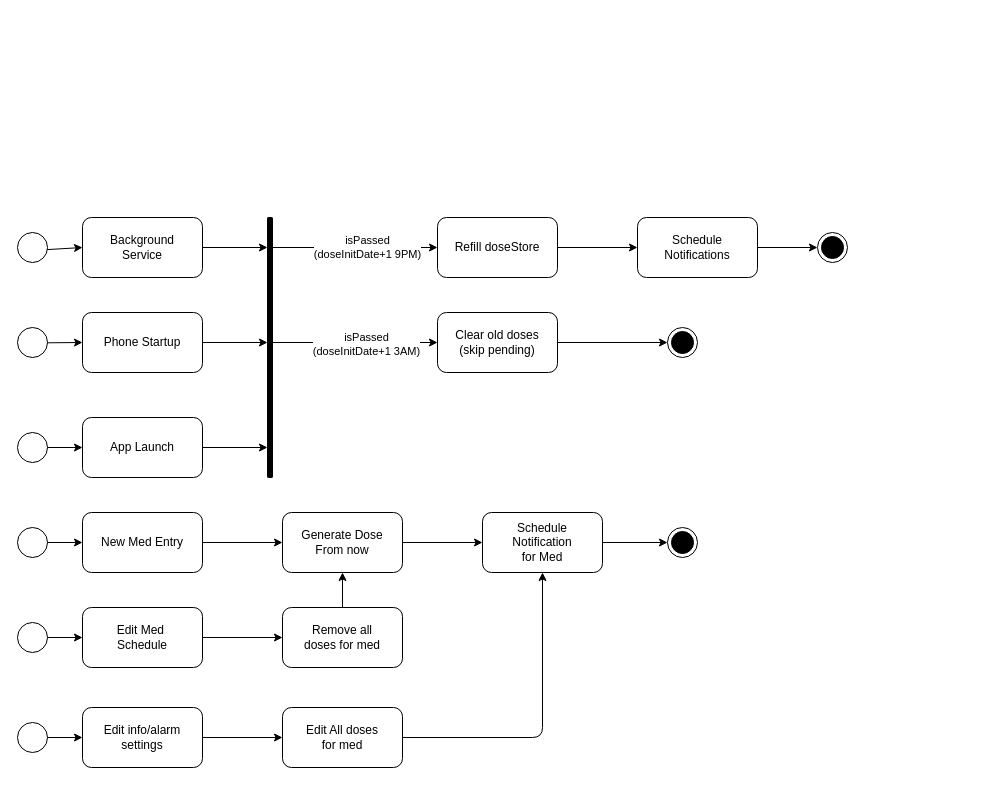
Before: docs/activity.drawio in vahidtvj/DoseBot, a draw.io diagram. Source tidied: cells renumbered, new cells numbered last; positions are measured from the earlier drawing's top-left corner, leaving out a move shared by most shapes. Both pictures are drawn from the tidied source at 100%, with x=0, y=0 at pixel (17, 217).
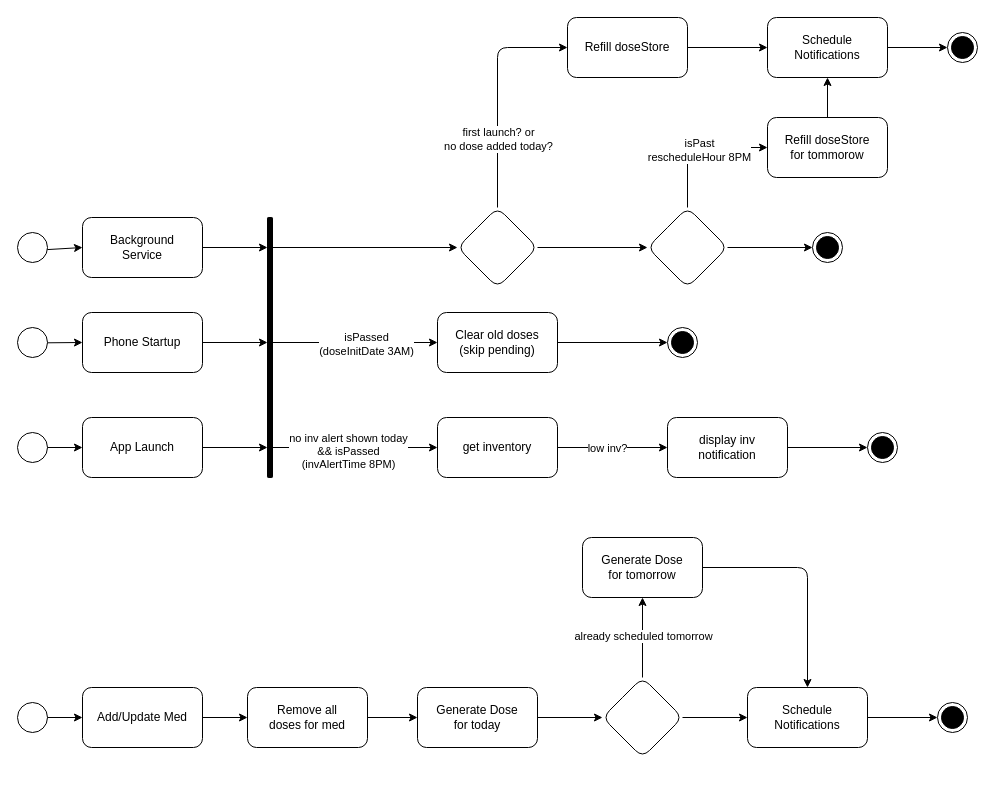
After the change.

The change refers to these unchanged cells:
```xml
<mxCell id="20" style="edgeStyle=none;html=1;entryX=0;entryY=0.5;entryDx=0;entryDy=0;" parent="1" edge="1" source="22" target="26">
  <mxGeometry relative="1" as="geometry" />
</mxCell>
<mxCell id="22" style="html=1;points=[];perimeter=orthogonalPerimeter;fillColor=strokeColor;rounded=1;" parent="1" vertex="1">
  <mxGeometry x="250" width="5" height="260" as="geometry" />
</mxCell>
```

Diff of the diagram source:
```diff
@@
-    <mxCell id="14" style="edgeStyle=none;rounded=1;html=1;" parent="1" edge="1" source="15" target="17">
-      <mxGeometry relative="1" as="geometry" />
-    </mxCell>
-    <mxCell id="15" style="ellipse;fillColor=none;rounded=1;" parent="1" vertex="1">
-      <mxGeometry y="310" width="30" height="30" as="geometry" />
-    </mxCell>
-    <mxCell id="16" style="edgeStyle=none;html=1;" parent="1" edge="1" source="17" target="32">
-      <mxGeometry relative="1" as="geometry" />
-    </mxCell>
-    <mxCell id="17" value="New Med Entry" style="whiteSpace=wrap;html=1;fillColor=none;rounded=1;" parent="1" vertex="1">
-      <mxGeometry x="65" y="295" width="120" height="60" as="geometry" />
-    </mxCell>
-    <mxCell id="18" style="edgeStyle=none;html=1;entryX=0;entryY=0.5;entryDx=0;entryDy=0;" parent="1" edge="1" source="22" target="24">
-      <mxGeometry relative="1" as="geometry" />
-    </mxCell>
-    <mxCell id="19" value="isPassed&lt;br&gt;(doseInitDate+1 9PM)" style="edgeLabel;html=1;align=center;verticalAlign=middle;" parent="18" vertex="1">
-      <mxGeometry x="0.14" y="1" relative="1" as="geometry" />
-    </mxCell>
@@
-    <mxCell id="21" value="isPassed&lt;br&gt;(doseInitDate+1 3AM)" style="edgeLabel;html=1;align=center;verticalAlign=middle;" parent="20" vertex="1">
+    <mxCell id="21" value="isPassed&lt;br&gt;(doseInitDate 3AM)" style="edgeLabel;html=1;align=center;verticalAlign=middle;" parent="20" vertex="1">
       <mxGeometry x="0.13" y="-1" relative="1" as="geometry" />
     </mxCell>
+    <mxCell id="48" style="edgeStyle=none;html=1;entryX=0;entryY=0.5;entryDx=0;entryDy=0;" parent="1" edge="1" source="22" target="53">
+      <mxGeometry relative="1" as="geometry" />
+    </mxCell>
+    <mxCell id="49" value="no inv alert shown today&lt;br&gt;&amp;amp;&amp;amp; isPassed&lt;br&gt;(invAlertTime 8PM)" style="edgeLabel;html=1;align=center;verticalAlign=middle;" parent="48" vertex="1">
+      <mxGeometry x="-0.09" y="-3" relative="1" as="geometry" />
+    </mxCell>
+    <mxCell id="50" style="edgeStyle=none;html=1;entryX=0;entryY=0.5;entryDx=0;entryDy=0;" parent="1" edge="1" source="22" target="62">
+      <mxGeometry relative="1" as="geometry" />
+    </mxCell>
@@
     <mxCell id="24" value="Refill doseStore" style="whiteSpace=wrap;html=1;fillColor=none;rounded=1;" parent="1" vertex="1">
-      <mxGeometry x="420" width="120" height="60" as="geometry" />
+      <mxGeometry x="550" y="-200" width="120" height="60" as="geometry" />
     </mxCell>
@@
     <mxCell id="29" value="Schedule &lt;br&gt;Notifications" style="whiteSpace=wrap;html=1;fillColor=none;rounded=1;" parent="1" vertex="1">
-      <mxGeometry x="620" width="120" height="60" as="geometry" />
+      <mxGeometry x="750" y="-200" width="120" height="60" as="geometry" />
     </mxCell>
     <mxCell id="30" style="ellipse;html=1;shape=endState;fillColor=strokeColor;" parent="1" vertex="1">
-      <mxGeometry x="800" y="15" width="30" height="30" as="geometry" />
+      <mxGeometry x="930" y="-185" width="30" height="30" as="geometry" />
     </mxCell>
-    <mxCell id="31" style="edgeStyle=none;html=1;" parent="1" edge="1" source="32" target="34">
-      <mxGeometry relative="1" as="geometry" />
-    </mxCell>
-    <mxCell id="32" value="Generate Dose&lt;br&gt;From now" style="whiteSpace=wrap;html=1;fillColor=none;rounded=1;" parent="1" vertex="1">
-      <mxGeometry x="265" y="295" width="120" height="60" as="geometry" />
-    </mxCell>
-    <mxCell id="33" style="edgeStyle=none;html=1;" parent="1" edge="1" source="34" target="35">
-      <mxGeometry relative="1" as="geometry" />
-    </mxCell>
-    <mxCell id="34" value="Schedule&lt;br&gt;Notification&lt;br&gt;for Med" style="whiteSpace=wrap;html=1;fillColor=none;rounded=1;" parent="1" vertex="1">
-      <mxGeometry x="465" y="295" width="120" height="60" as="geometry" />
-    </mxCell>
-    <mxCell id="35" style="ellipse;html=1;shape=endState;fillColor=strokeColor;" parent="1" vertex="1">
-      <mxGeometry x="650" y="310" width="30" height="30" as="geometry" />
-    </mxCell>
-    <mxCell id="36" style="edgeStyle=none;html=1;" parent="1" edge="1" source="37" target="39">
-      <mxGeometry relative="1" as="geometry" />
-    </mxCell>
-    <mxCell id="37" style="ellipse;fillColor=none;rounded=1;" parent="1" vertex="1">
-      <mxGeometry y="405" width="30" height="30" as="geometry" />
-    </mxCell>
-    <mxCell id="38" style="edgeStyle=none;html=1;" parent="1" edge="1" source="39" target="41">
-      <mxGeometry relative="1" as="geometry" />
-    </mxCell>
-    <mxCell id="39" value="Edit Med&amp;nbsp;&lt;br&gt;Schedule" style="whiteSpace=wrap;html=1;fillColor=none;rounded=1;" parent="1" vertex="1">
-      <mxGeometry x="65" y="390" width="120" height="60" as="geometry" />
-    </mxCell>
-    <mxCell id="40" style="edgeStyle=none;html=1;" parent="1" edge="1" source="41" target="32">
-      <mxGeometry relative="1" as="geometry" />
-    </mxCell>
+    <mxCell id="51" style="edgeStyle=none;html=1;" parent="1" edge="1" source="53" target="56">
+      <mxGeometry relative="1" as="geometry" />
+    </mxCell>
+    <mxCell id="52" value="low inv?" style="edgeLabel;html=1;align=center;verticalAlign=middle;" parent="51" vertex="1">
+      <mxGeometry x="-0.27" y="-2" relative="1" as="geometry">
+        <mxPoint x="9" y="-2" as="offset" />
+      </mxGeometry>
+    </mxCell>
+    <mxCell id="53" value="get inventory" style="whiteSpace=wrap;html=1;fillColor=none;rounded=1;" parent="1" vertex="1">
+      <mxGeometry x="420" y="200" width="120" height="60" as="geometry" />
+    </mxCell>
+    <mxCell id="54" style="ellipse;html=1;shape=endState;fillColor=strokeColor;" parent="1" vertex="1">
+      <mxGeometry x="850" y="215" width="30" height="30" as="geometry" />
+    </mxCell>
+    <mxCell id="55" style="edgeStyle=none;html=1;entryX=0;entryY=0.5;entryDx=0;entryDy=0;" parent="1" edge="1" source="56" target="54">
+      <mxGeometry relative="1" as="geometry" />
+    </mxCell>
+    <mxCell id="56" value="display inv &lt;br&gt;notification" style="whiteSpace=wrap;html=1;fillColor=none;rounded=1;" parent="1" vertex="1">
+      <mxGeometry x="650" y="200" width="120" height="60" as="geometry" />
+    </mxCell>
+    <mxCell id="57" style="edgeStyle=none;html=1;entryX=0.5;entryY=1;entryDx=0;entryDy=0;" parent="1" edge="1" source="58" target="29">
+      <mxGeometry relative="1" as="geometry" />
+    </mxCell>
+    <mxCell id="58" value="Refill doseStore&lt;br&gt;for tommorow" style="whiteSpace=wrap;html=1;fillColor=none;rounded=1;" parent="1" vertex="1">
+      <mxGeometry x="750" y="-100" width="120" height="60" as="geometry" />
+    </mxCell>
+    <mxCell id="59" style="edgeStyle=none;html=1;entryX=0;entryY=0.5;entryDx=0;entryDy=0;" parent="1" edge="1" source="62" target="24">
+      <mxGeometry relative="1" as="geometry">
+        <Array as="points">
+          <mxPoint x="480" y="-170" />
+        </Array>
+      </mxGeometry>
+    </mxCell>
+    <mxCell id="60" value="first launch? or &lt;br&gt;no dose added today?" style="edgeLabel;html=1;align=center;verticalAlign=middle;" parent="59" vertex="1">
+      <mxGeometry x="-0.25" y="1" relative="1" as="geometry">
+        <mxPoint x="1" y="17" as="offset" />
+      </mxGeometry>
+    </mxCell>
+    <mxCell id="61" style="edgeStyle=none;html=1;" parent="1" edge="1" source="62" target="66">
+      <mxGeometry relative="1" as="geometry" />
+    </mxCell>
+    <mxCell id="62" style="rhombus;whiteSpace=wrap;html=1;fillColor=none;rounded=1;" parent="1" vertex="1">
+      <mxGeometry x="440" y="-10" width="80" height="80" as="geometry" />
+    </mxCell>
+    <mxCell id="63" style="edgeStyle=none;html=1;entryX=0;entryY=0.5;entryDx=0;entryDy=0;" parent="1" edge="1" source="66" target="58">
+      <mxGeometry relative="1" as="geometry">
+        <Array as="points">
+          <mxPoint x="670" y="-70" />
+        </Array>
+      </mxGeometry>
+    </mxCell>
+    <mxCell id="64" value="isPast&lt;br&gt;rescheduleHour 8PM" style="edgeLabel;html=1;align=center;verticalAlign=middle;" parent="63" vertex="1">
+      <mxGeometry x="0.01" y="-2" relative="1" as="geometry" />
+    </mxCell>
+    <mxCell id="65" style="edgeStyle=none;html=1;entryX=0;entryY=0.5;entryDx=0;entryDy=0;" parent="1" edge="1" source="66" target="67">
+      <mxGeometry relative="1" as="geometry" />
+    </mxCell>
+    <mxCell id="66" style="rhombus;whiteSpace=wrap;html=1;fillColor=none;rounded=1;" parent="1" vertex="1">
+      <mxGeometry x="630" y="-10" width="80" height="80" as="geometry" />
+    </mxCell>
+    <mxCell id="67" style="ellipse;html=1;shape=endState;fillColor=strokeColor;" parent="1" vertex="1">
+      <mxGeometry x="795" y="15" width="30" height="30" as="geometry" />
+    </mxCell>
+    <mxCell id="68" style="edgeStyle=none;html=1;" parent="1" edge="1" source="69" target="71">
+      <mxGeometry relative="1" as="geometry" />
+    </mxCell>
+    <mxCell id="69" style="ellipse;fillColor=none;rounded=1;" parent="1" vertex="1">
+      <mxGeometry y="485" width="30" height="30" as="geometry" />
+    </mxCell>
+    <mxCell id="70" style="edgeStyle=none;html=1;entryX=0;entryY=0.5;entryDx=0;entryDy=0;" parent="1" edge="1" source="71" target="41">
+      <mxGeometry relative="1" as="geometry" />
+    </mxCell>
+    <mxCell id="71" value="Add/Update Med" style="whiteSpace=wrap;html=1;fillColor=none;rounded=1;" parent="1" vertex="1">
+      <mxGeometry x="65" y="470" width="120" height="60" as="geometry" />
+    </mxCell>
+    <mxCell id="72" style="edgeStyle=none;html=1;entryX=0;entryY=0.5;entryDx=0;entryDy=0;" parent="1" edge="1" source="73" target="80">
+      <mxGeometry relative="1" as="geometry" />
+    </mxCell>
+    <mxCell id="73" value="Generate Dose&lt;br&gt;for today" style="whiteSpace=wrap;html=1;fillColor=none;rounded=1;" parent="1" vertex="1">
+      <mxGeometry x="400" y="470" width="120" height="60" as="geometry" />
+    </mxCell>
+    <mxCell id="74" style="edgeStyle=none;html=1;" parent="1" edge="1" source="41" target="73">
+      <mxGeometry relative="1" as="geometry" />
+    </mxCell>
     <mxCell id="41" value="Remove all&lt;br&gt;doses for med" style="whiteSpace=wrap;html=1;fillColor=none;rounded=1;" parent="1" vertex="1">
-      <mxGeometry x="265" y="390" width="120" height="60" as="geometry" />
+      <mxGeometry x="230" y="470" width="120" height="60" as="geometry" />
     </mxCell>
-    <mxCell id="42" style="edgeStyle=none;html=1;" parent="1" edge="1" source="43" target="45">
-      <mxGeometry relative="1" as="geometry" />
-    </mxCell>
-    <mxCell id="43" style="ellipse;fillColor=none;rounded=1;" parent="1" vertex="1">
-      <mxGeometry y="505" width="30" height="30" as="geometry" />
-    </mxCell>
-    <mxCell id="44" style="edgeStyle=none;html=1;" parent="1" edge="1" source="45" target="47">
-      <mxGeometry relative="1" as="geometry" />
-    </mxCell>
-    <mxCell id="45" value="Edit info/alarm settings" style="whiteSpace=wrap;html=1;fillColor=none;rounded=1;" parent="1" vertex="1">
-      <mxGeometry x="65" y="490" width="120" height="60" as="geometry" />
-    </mxCell>
-    <mxCell id="46" style="edgeStyle=none;html=1;entryX=0.5;entryY=1;entryDx=0;entryDy=0;" parent="1" edge="1" source="47" target="34">
-      <mxGeometry relative="1" as="geometry">
-        <Array as="points">
-          <mxPoint x="525" y="520" />
-        </Array>
-      </mxGeometry>
-    </mxCell>
-    <mxCell id="47" value="Edit All doses&lt;br&gt;for med" style="whiteSpace=wrap;html=1;fillColor=none;rounded=1;" parent="1" vertex="1">
-      <mxGeometry x="265" y="490" width="120" height="60" as="geometry" />
-    </mxCell>
+    <mxCell id="75" style="edgeStyle=none;html=1;entryX=0;entryY=0.5;entryDx=0;entryDy=0;" parent="1" edge="1" source="76" target="83">
+      <mxGeometry relative="1" as="geometry" />
+    </mxCell>
+    <mxCell id="76" value="Schedule &lt;br&gt;Notifications" style="whiteSpace=wrap;html=1;fillColor=none;rounded=1;" parent="1" vertex="1">
+      <mxGeometry x="730" y="470" width="120" height="60" as="geometry" />
+    </mxCell>
+    <mxCell id="77" style="edgeStyle=none;html=1;entryX=0.5;entryY=1;entryDx=0;entryDy=0;" parent="1" edge="1" source="80" target="82">
+      <mxGeometry relative="1" as="geometry" />
+    </mxCell>
+    <mxCell id="78" value="already scheduled tomorrow" style="edgeLabel;html=1;align=center;verticalAlign=middle;" parent="77" vertex="1">
+      <mxGeometry x="0.45" relative="1" as="geometry">
+        <mxPoint y="16" as="offset" />
+      </mxGeometry>
+    </mxCell>
+    <mxCell id="79" style="edgeStyle=none;html=1;entryX=0;entryY=0.5;entryDx=0;entryDy=0;" parent="1" edge="1" source="80" target="76">
+      <mxGeometry relative="1" as="geometry" />
+    </mxCell>
+    <mxCell id="80" style="rhombus;whiteSpace=wrap;html=1;fillColor=none;rounded=1;" parent="1" vertex="1">
+      <mxGeometry x="585" y="460" width="80" height="80" as="geometry" />
+    </mxCell>
+    <mxCell id="81" style="edgeStyle=none;html=1;entryX=0.5;entryY=0;entryDx=0;entryDy=0;" parent="1" edge="1" source="82" target="76">
+      <mxGeometry relative="1" as="geometry">
+        <Array as="points">
+          <mxPoint x="790" y="350" />
+        </Array>
+      </mxGeometry>
+    </mxCell>
+    <mxCell id="82" value="Generate Dose&lt;br&gt;for tomorrow" style="whiteSpace=wrap;html=1;fillColor=none;rounded=1;" parent="1" vertex="1">
+      <mxGeometry x="565" y="320" width="120" height="60" as="geometry" />
+    </mxCell>
+    <mxCell id="83" style="ellipse;html=1;shape=endState;fillColor=strokeColor;" parent="1" vertex="1">
+      <mxGeometry x="920" y="485" width="30" height="30" as="geometry" />
+    </mxCell>
```
